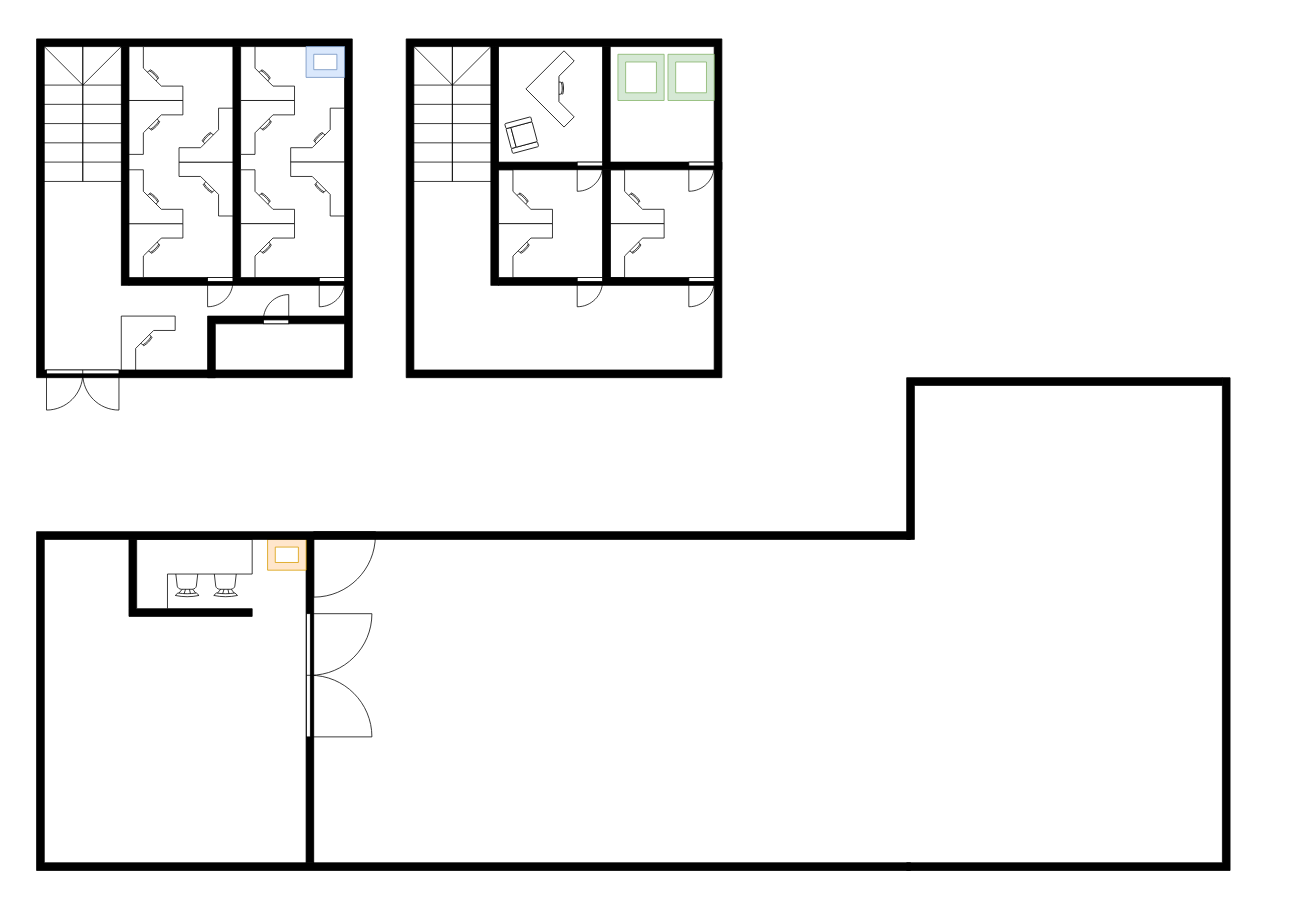
This is page "Plan physique" (2 of 3) of 1-1-Materiel-physique/1.1-TP.drawio from No-Name-Academy/Networking-for-noobs, a draw.io file, before an edit. Source tidied: cells renumbered, new cells numbered last; positions are measured from the earlier drawing's top-left corner, leaving out a move shared by most shapes. Both pictures are drawn from the tidied source at 77%, with x=0, y=0 at pixel (13, 38).
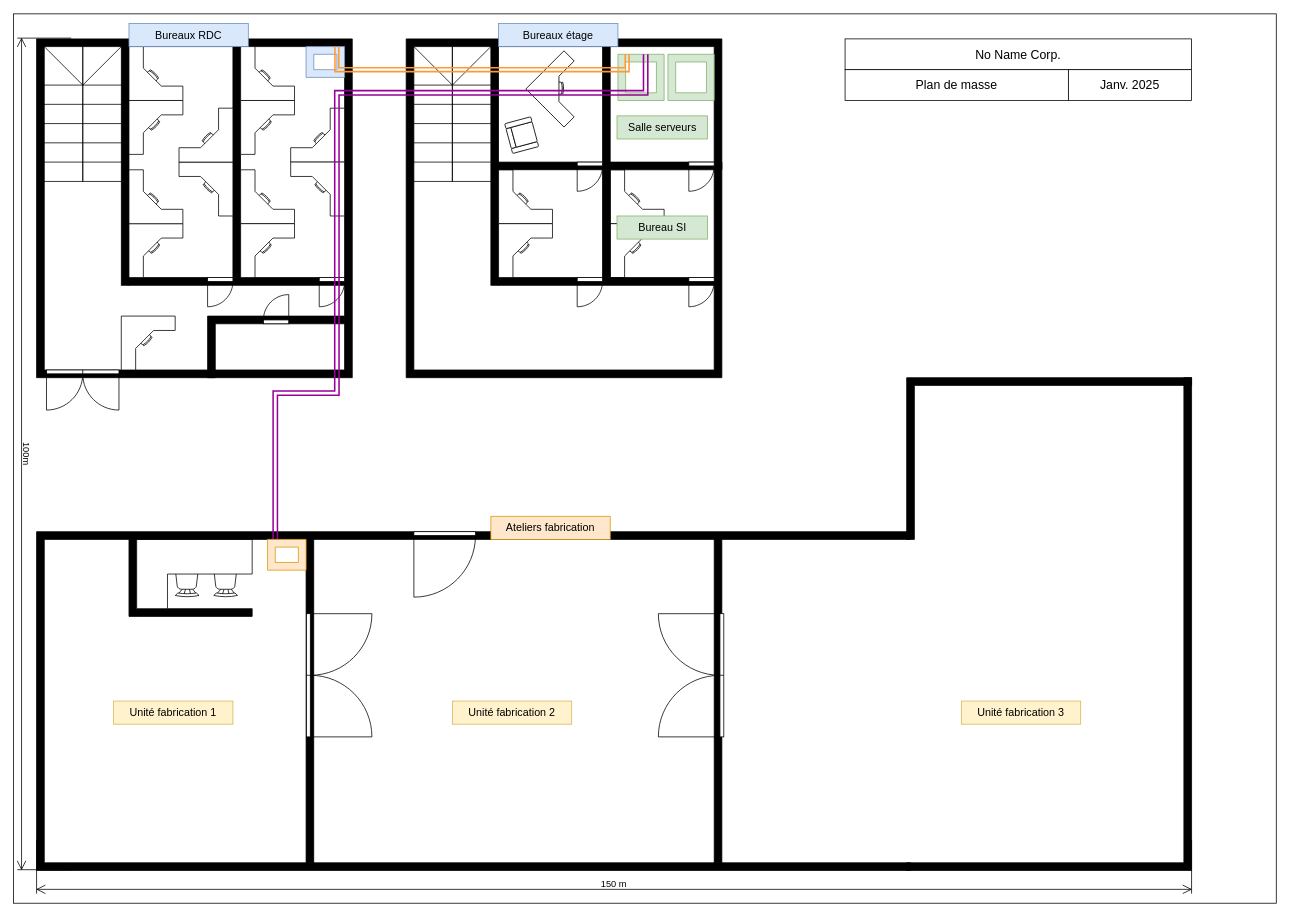
The same diagram, later.

Commit message:
Mettre à jour 1.1-TP.drawio

The edit, as a diff of the source:
```diff
@@
+    <mxCell id="56" style="rounded=0;whiteSpace=wrap;html=1;fillColor=none;" parent="1" vertex="1">
+      <mxGeometry y="-32.5" width="1640" height="1155" as="geometry" />
+    </mxCell>
@@
-    <mxCell id="8" style="verticalLabelPosition=bottom;html=1;verticalAlign=top;align=center;shape=mxgraph.floorplan.doorLeft;" parent="1" vertex="1">
-      <mxGeometry x="390" y="640" width="80" height="85" as="geometry" />
-    </mxCell>
@@
-    <mxCell id="12" style="verticalLabelPosition=bottom;html=1;verticalAlign=top;align=center;shape=mxgraph.floorplan.room;fillColor=#ffe6cc;strokeColor=#d79b00;" parent="1" vertex="1">
-      <mxGeometry x="330" y="650" width="50" height="40" as="geometry" />
-    </mxCell>
@@
-    <mxCell id="42" style="verticalLabelPosition=bottom;html=1;verticalAlign=top;align=center;shape=mxgraph.floorplan.room;fillColor=#d5e8d4;strokeColor=#82b366;" parent="1" vertex="1">
+    <mxCell id="42" style="verticalLabelPosition=bottom;html=1;verticalAlign=top;align=center;shape=mxgraph.floorplan.room;fillColor=#d5e8d4;strokeColor=#82b366;points=[[0.2,0,0,0,0],[0.4,0,0,0,0],[0.6,0,0,0,0],[0.8,0,0,0,0]];" parent="1" vertex="1">
       <mxGeometry x="785" y="20" width="60" height="60" as="geometry" />
     </mxCell>
@@
-    <mxCell id="52" style="verticalLabelPosition=bottom;html=1;verticalAlign=top;align=center;shape=mxgraph.floorplan.room;fillColor=#dae8fc;strokeColor=#6c8ebf;" parent="1" vertex="1">
+    <mxCell id="52" style="verticalLabelPosition=bottom;html=1;verticalAlign=top;align=center;shape=mxgraph.floorplan.room;fillColor=#dae8fc;strokeColor=#6c8ebf;points=[[0.2,0,0,0,0],[0.4,0,0,0,0],[0.6,0,0,0,0],[0.8,0,0,0,0]];" parent="1" vertex="1">
       <mxGeometry x="380" y="10" width="50" height="40" as="geometry" />
     </mxCell>
@@
     <mxCell id="54" style="verticalLabelPosition=bottom;html=1;verticalAlign=top;align=center;shape=mxgraph.floorplan.wallCorner;fillColor=strokeColor;direction=west;" parent="1" vertex="1">
-      <mxGeometry x="1160" y="440" width="420" height="640" as="geometry" />
+      <mxGeometry x="1160" y="440" width="370" height="640" as="geometry" />
     </mxCell>
     <mxCell id="55" style="verticalLabelPosition=bottom;html=1;verticalAlign=top;align=center;shape=mxgraph.floorplan.wallCorner;fillColor=strokeColor;" parent="1" vertex="1">
-      <mxGeometry x="1160" y="440" width="410" height="210" as="geometry" />
+      <mxGeometry x="1160" y="440" width="370" height="210" as="geometry" />
     </mxCell>
+    <mxCell id="8" style="verticalLabelPosition=bottom;html=1;verticalAlign=top;align=center;shape=mxgraph.floorplan.doorLeft;" parent="1" vertex="1">
+      <mxGeometry x="520" y="640" width="80" height="85" as="geometry" />
+    </mxCell>
+    <mxCell id="57" style="verticalLabelPosition=bottom;html=1;verticalAlign=top;align=center;shape=mxgraph.floorplan.wall;fillColor=strokeColor;direction=south;" parent="1" vertex="1">
+      <mxGeometry x="910" y="650" width="10" height="420" as="geometry" />
+    </mxCell>
+    <mxCell id="58" style="verticalLabelPosition=bottom;html=1;verticalAlign=top;align=center;shape=mxgraph.floorplan.doorDouble;rotation=90;" parent="1" vertex="1">
+      <mxGeometry x="800" y="784" width="160" height="85" as="geometry" />
+    </mxCell>
+    <mxCell id="59" value="150 m" style="shape=dimension;whiteSpace=wrap;html=1;align=center;verticalAlign=bottom;spacingBottom=3;labelBackgroundColor=none;" parent="1" vertex="1">
+      <mxGeometry x="30" y="1040" width="1500" height="70" as="geometry" />
+    </mxCell>
+    <mxCell id="60" value="100m" style="shape=dimension;whiteSpace=wrap;html=1;align=center;verticalAlign=bottom;spacingBottom=3;labelBackgroundColor=none;rotation=90;" parent="1" vertex="1">
+      <mxGeometry x="-500" y="504" width="1080" height="70" as="geometry" />
+    </mxCell>
+    <mxCell id="61" value="Bureaux RDC" style="text;html=1;align=center;verticalAlign=middle;whiteSpace=wrap;rounded=0;fillColor=#dae8fc;strokeColor=#6c8ebf;fontSize=14;" parent="1" vertex="1">
+      <mxGeometry x="150" y="-20" width="155" height="30" as="geometry" />
+    </mxCell>
+    <mxCell id="62" value="Bureaux étage" style="text;html=1;align=center;verticalAlign=middle;whiteSpace=wrap;rounded=0;fillColor=#dae8fc;strokeColor=#6c8ebf;fontSize=14;" parent="1" vertex="1">
+      <mxGeometry x="630" y="-20" width="155" height="30" as="geometry" />
+    </mxCell>
+    <mxCell id="63" value="Ateliers fabrication" style="text;html=1;align=center;verticalAlign=middle;whiteSpace=wrap;rounded=0;fillColor=#ffe6cc;strokeColor=#d79b00;fontSize=14;" parent="1" vertex="1">
+      <mxGeometry x="620" y="620" width="155" height="30" as="geometry" />
+    </mxCell>
+    <mxCell id="64" value="Unité fabrication 1" style="text;html=1;align=center;verticalAlign=middle;whiteSpace=wrap;rounded=0;fillColor=#fff2cc;strokeColor=#d6b656;fontSize=14;" parent="1" vertex="1">
+      <mxGeometry x="130" y="860" width="155" height="30" as="geometry" />
+    </mxCell>
+    <mxCell id="65" value="Unité fabrication 2" style="text;html=1;align=center;verticalAlign=middle;whiteSpace=wrap;rounded=0;fillColor=#fff2cc;strokeColor=#d6b656;fontSize=14;" parent="1" vertex="1">
+      <mxGeometry x="570" y="860" width="155" height="30" as="geometry" />
+    </mxCell>
+    <mxCell id="66" value="Unité fabrication 3" style="text;html=1;align=center;verticalAlign=middle;whiteSpace=wrap;rounded=0;fillColor=#fff2cc;strokeColor=#d6b656;fontSize=14;" parent="1" vertex="1">
+      <mxGeometry x="1231" y="860" width="155" height="30" as="geometry" />
+    </mxCell>
+    <mxCell id="67" value="No Name Corp." style="rounded=0;whiteSpace=wrap;html=1;fontSize=16;" parent="1" vertex="1">
+      <mxGeometry x="1080" width="450" height="40" as="geometry" />
+    </mxCell>
+    <mxCell id="68" value="Plan de masse" style="rounded=0;whiteSpace=wrap;html=1;fontSize=16;" parent="1" vertex="1">
+      <mxGeometry x="1080" y="40" width="290" height="40" as="geometry" />
+    </mxCell>
+    <mxCell id="69" value="Janv. 2025" style="rounded=0;whiteSpace=wrap;html=1;fontSize=16;" parent="1" vertex="1">
+      <mxGeometry x="1370" y="40" width="160" height="40" as="geometry" />
+    </mxCell>
+    <mxCell id="70" value="Salle serveurs" style="text;html=1;align=center;verticalAlign=middle;whiteSpace=wrap;rounded=0;fillColor=#d5e8d4;strokeColor=#82b366;fontSize=14;" parent="1" vertex="1">
+      <mxGeometry x="783.8" y="100" width="117.5" height="30" as="geometry" />
+    </mxCell>
+    <mxCell id="71" value="Bureau SI" style="text;html=1;align=center;verticalAlign=middle;whiteSpace=wrap;rounded=0;fillColor=#d5e8d4;strokeColor=#82b366;fontSize=14;" parent="1" vertex="1">
+      <mxGeometry x="783.8" y="230" width="117.5" height="30" as="geometry" />
+    </mxCell>
+    <mxCell id="72" style="endArrow=none;html=1;rounded=0;entryX=0.2;entryY=0;entryDx=0;entryDy=0;entryPerimeter=0;exitX=0.8;exitY=0;exitDx=0;exitDy=0;exitPerimeter=0;edgeStyle=orthogonalEdgeStyle;strokeWidth=2;strokeColor=#FF9933;shape=link;" parent="1" edge="1" source="52" target="42">
+      <mxGeometry relative="1" as="geometry">
+        <Array as="points">
+          <mxPoint x="420" y="40" />
+          <mxPoint x="797" y="40" />
+        </Array>
+      </mxGeometry>
+    </mxCell>
+    <mxCell id="73" style="endArrow=none;html=1;rounded=0;entryX=0.6;entryY=0;entryDx=0;entryDy=0;entryPerimeter=0;exitX=0.2;exitY=0;exitDx=0;exitDy=0;exitPerimeter=0;edgeStyle=orthogonalEdgeStyle;strokeWidth=2;strokeColor=#990099;shape=link;width=4.615384615384615;" parent="1" edge="1" source="12" target="42">
+      <mxGeometry relative="1" as="geometry">
+        <Array as="points">
+          <mxPoint x="340" y="460" />
+          <mxPoint x="420" y="460" />
+          <mxPoint x="420" y="70" />
+          <mxPoint x="821" y="70" />
+        </Array>
+      </mxGeometry>
+    </mxCell>
+    <mxCell id="12" style="verticalLabelPosition=bottom;html=1;verticalAlign=top;align=center;shape=mxgraph.floorplan.room;fillColor=#ffe6cc;strokeColor=#d79b00;points=[[0.2,0,0,0,0],[0.4,0,0,0,0],[0.6,0,0,0,0],[0.8,0,0,0,0]];" parent="1" vertex="1">
+      <mxGeometry x="330" y="650" width="50" height="40" as="geometry" />
+    </mxCell>
```
